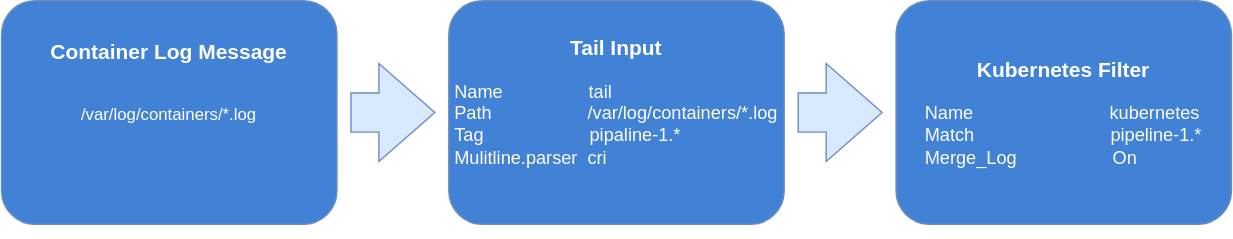
This is docs/user/assets/logs-flow.drawio.svg from kyma-project/telemetry-manager, a draw.io export, as it was before one commit. Source tidied: cells renumbered, new cells last; positions are measured from the earlier drawing's top-left corner, leaving out a move shared by most shapes.
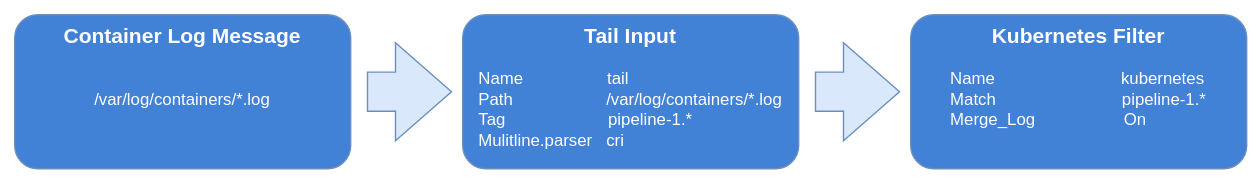
Later version of the same file.

Commit message:
docs: Fix typo in diagram

Change to the diagram source:
```diff
@@ -3,22 +3,22 @@
     <mxCell id="0" />
     <mxCell id="1" parent="0" />
     <mxCell id="2" style="rounded=0;whiteSpace=wrap;html=1;strokeColor=none;fillColor=#FFFFFF;" parent="1" vertex="1">
-      <mxGeometry width="880" height="170" as="geometry" />
+      <mxGeometry x="-10" y="-10" width="900" height="130" as="geometry" />
     </mxCell>
-    <mxCell id="3" value="&lt;font color=&quot;#ffffff&quot; style=&quot;&quot;&gt;&lt;span style=&quot;font-size: 15px;&quot;&gt;&lt;b&gt;Kubernetes Filter&lt;/b&gt;&lt;/span&gt;&lt;br&gt;&lt;br&gt;&lt;div style=&quot;font-size: 13px; text-align: left;&quot;&gt;&lt;span style=&quot;&quot;&gt;Name&amp;nbsp; &amp;nbsp; &amp;nbsp; &amp;nbsp; &amp;nbsp; &amp;nbsp; &amp;nbsp; &amp;nbsp; &amp;nbsp; &amp;nbsp; &amp;nbsp; &amp;nbsp; &amp;nbsp; &amp;nbsp;kubernetes&lt;/span&gt;&lt;/div&gt;&lt;div style=&quot;font-size: 13px; text-align: left;&quot;&gt;&lt;span style=&quot;&quot;&gt;Match&amp;nbsp; &amp;nbsp; &amp;nbsp; &amp;nbsp; &amp;nbsp; &amp;nbsp; &amp;nbsp; &amp;nbsp; &amp;nbsp; &amp;nbsp; &amp;nbsp; &amp;nbsp; &amp;nbsp; &amp;nbsp;pipeline-1.*&lt;/span&gt;&lt;/div&gt;&lt;div style=&quot;font-size: 13px; text-align: left;&quot;&gt;&lt;span style=&quot;&quot;&gt;Merge_Log&amp;nbsp; &amp;nbsp; &amp;nbsp; &amp;nbsp; &amp;nbsp; &amp;nbsp; &amp;nbsp; &amp;nbsp; &amp;nbsp; &amp;nbsp;On&lt;/span&gt;&lt;/div&gt;&lt;/font&gt;" style="rounded=1;whiteSpace=wrap;html=1;strokeColor=#6c8ebf;fillColor=#4181D6;" parent="1" vertex="1">
-      <mxGeometry x="640" width="240" height="160" as="geometry" />
+    <mxCell id="3" value="&lt;font color=&quot;#ffffff&quot; style=&quot;font-size: 12px;&quot;&gt;&lt;span style=&quot;font-size: 15px;&quot;&gt;&lt;b&gt;Kubernetes Filter&lt;/b&gt;&lt;/span&gt;&lt;br&gt;&lt;br&gt;&lt;div style=&quot;text-align: left;&quot;&gt;&lt;span style=&quot;&quot;&gt;Name&amp;nbsp; &amp;nbsp; &amp;nbsp; &amp;nbsp; &amp;nbsp; &amp;nbsp; &amp;nbsp; &amp;nbsp; &amp;nbsp; &amp;nbsp; &amp;nbsp; &amp;nbsp; &amp;nbsp; &amp;nbsp;kubernetes&lt;/span&gt;&lt;/div&gt;&lt;div style=&quot;text-align: left;&quot;&gt;&lt;span style=&quot;&quot;&gt;Match&amp;nbsp; &amp;nbsp; &amp;nbsp; &amp;nbsp; &amp;nbsp; &amp;nbsp; &amp;nbsp; &amp;nbsp; &amp;nbsp; &amp;nbsp; &amp;nbsp; &amp;nbsp; &amp;nbsp; &amp;nbsp;pipeline-1.*&lt;/span&gt;&lt;/div&gt;&lt;div style=&quot;text-align: left;&quot;&gt;&lt;span style=&quot;&quot;&gt;Merge_Log&amp;nbsp; &amp;nbsp; &amp;nbsp; &amp;nbsp; &amp;nbsp; &amp;nbsp; &amp;nbsp; &amp;nbsp; &amp;nbsp; &amp;nbsp;On&lt;/span&gt;&lt;/div&gt;&lt;/font&gt;" style="rounded=1;whiteSpace=wrap;html=1;strokeColor=#6c8ebf;fillColor=#4181D6;verticalAlign=top;" parent="1" vertex="1">
+      <mxGeometry x="640" width="240" height="110" as="geometry" />
     </mxCell>
-    <mxCell id="4" value="&lt;font color=&quot;#ffffff&quot; style=&quot;&quot;&gt;&lt;span style=&quot;font-size: 15px;&quot;&gt;&lt;b&gt;Tail Input&lt;br&gt;&lt;/b&gt;&lt;/span&gt;&lt;br&gt;&lt;div style=&quot;text-align: left; font-size: 13px;&quot;&gt;&lt;span style=&quot;&quot;&gt;Name&amp;nbsp; &amp;nbsp; &amp;nbsp; &amp;nbsp; &amp;nbsp; &amp;nbsp; &amp;nbsp; &amp;nbsp; &amp;nbsp;tail&lt;/span&gt;&lt;/div&gt;&lt;div style=&quot;text-align: left; font-size: 13px;&quot;&gt;&lt;span style=&quot;&quot;&gt;Path&amp;nbsp; &amp;nbsp; &amp;nbsp; &amp;nbsp; &amp;nbsp; &amp;nbsp; &amp;nbsp; &amp;nbsp; &amp;nbsp; &amp;nbsp;&lt;/span&gt;&lt;span style=&quot;background-color: initial;&quot;&gt;/var/log/containers/*.log&lt;/span&gt;&lt;/div&gt;&lt;div style=&quot;text-align: left; font-size: 13px;&quot;&gt;&lt;span style=&quot;background-color: initial;&quot;&gt;Tag&amp;nbsp; &amp;nbsp; &amp;nbsp; &amp;nbsp; &amp;nbsp; &amp;nbsp; &amp;nbsp; &amp;nbsp; &amp;nbsp; &amp;nbsp; &amp;nbsp;pipaline-1.*&lt;/span&gt;&lt;/div&gt;&lt;div style=&quot;text-align: left; font-size: 13px;&quot;&gt;&lt;span style=&quot;background-color: initial;&quot;&gt;Mulitline.parser&amp;nbsp; cri&lt;/span&gt;&lt;/div&gt;&lt;div style=&quot;text-align: left; font-size: 13px;&quot;&gt;&lt;span style=&quot;background-color: initial;&quot;&gt;&lt;br&gt;&lt;/span&gt;&lt;/div&gt;&lt;/font&gt;" style="rounded=1;whiteSpace=wrap;html=1;strokeColor=#6c8ebf;fillColor=#4181D6;" parent="1" vertex="1">
-      <mxGeometry x="320" width="240" height="160" as="geometry" />
+    <mxCell id="4" value="&lt;font color=&quot;#ffffff&quot; style=&quot;font-size: 12px;&quot;&gt;&lt;span style=&quot;font-size: 15px;&quot;&gt;&lt;b&gt;Tail Input&lt;br&gt;&lt;/b&gt;&lt;/span&gt;&lt;br&gt;&lt;div style=&quot;text-align: left;&quot;&gt;&lt;span style=&quot;&quot;&gt;Name&amp;nbsp; &amp;nbsp; &amp;nbsp; &amp;nbsp; &amp;nbsp; &amp;nbsp; &amp;nbsp; &amp;nbsp; &amp;nbsp; tail&lt;/span&gt;&lt;/div&gt;&lt;div style=&quot;text-align: left;&quot;&gt;&lt;span style=&quot;&quot;&gt;Path&amp;nbsp; &amp;nbsp; &amp;nbsp; &amp;nbsp; &amp;nbsp; &amp;nbsp; &amp;nbsp; &amp;nbsp; &amp;nbsp; &amp;nbsp;&amp;nbsp;&lt;/span&gt;&lt;span style=&quot;background-color: initial;&quot;&gt;/var/log/containers/*.log&lt;/span&gt;&lt;/div&gt;&lt;div style=&quot;text-align: left;&quot;&gt;&lt;span style=&quot;background-color: initial;&quot;&gt;Tag&amp;nbsp; &amp;nbsp; &amp;nbsp; &amp;nbsp; &amp;nbsp; &amp;nbsp; &amp;nbsp; &amp;nbsp; &amp;nbsp; &amp;nbsp; &amp;nbsp; pipeline-1.*&lt;/span&gt;&lt;/div&gt;&lt;div style=&quot;text-align: left;&quot;&gt;&lt;span style=&quot;background-color: initial;&quot;&gt;Mulitline.parser&amp;nbsp; &amp;nbsp;cri&lt;/span&gt;&lt;/div&gt;&lt;div style=&quot;text-align: left;&quot;&gt;&lt;span style=&quot;background-color: initial;&quot;&gt;&lt;br&gt;&lt;/span&gt;&lt;/div&gt;&lt;/font&gt;" style="rounded=1;whiteSpace=wrap;html=1;strokeColor=#6c8ebf;fillColor=#4181D6;verticalAlign=top;" parent="1" vertex="1">
+      <mxGeometry x="320" width="240" height="110" as="geometry" />
     </mxCell>
-    <mxCell id="5" style="html=1;shadow=0;dashed=0;align=center;verticalAlign=middle;shape=mxgraph.arrows2.arrow;dy=0.6;dx=40;notch=0;fillColor=#dae8fc;strokeColor=#6c8ebf;" parent="1" vertex="1">
-      <mxGeometry x="570" y="45" width="60" height="70" as="geometry" />
-    </mxCell>
-    <mxCell id="6" style="html=1;shadow=0;dashed=0;align=center;verticalAlign=middle;shape=mxgraph.arrows2.arrow;dy=0.6;dx=40;notch=0;fillColor=#dae8fc;strokeColor=#6c8ebf;" parent="1" vertex="1">
-      <mxGeometry x="250" y="45" width="60" height="70" as="geometry" />
+    <mxCell id="6" style="html=1;shadow=0;dashed=0;align=center;verticalAlign=middle;shape=mxgraph.arrows2.arrow;dy=0.6;dx=40;notch=0;fillColor=#dae8fc;strokeColor=#6c8ebf;fontStyle=1;" parent="1" vertex="1">
+      <mxGeometry x="252" y="20" width="60" height="70" as="geometry" />
     </mxCell>
-    <mxCell id="7" value="&lt;font color=&quot;#ffffff&quot; style=&quot;&quot;&gt;&lt;span style=&quot;font-size: 15px;&quot;&gt;&lt;b&gt;Container Log Message&lt;br&gt;&lt;/b&gt;&lt;/span&gt;&lt;br&gt;&lt;br&gt;/var/log/containers/*.log&lt;br&gt;&lt;br&gt;&lt;br&gt;&lt;br&gt;&lt;/font&gt;" style="rounded=1;whiteSpace=wrap;html=1;strokeColor=#6c8ebf;fillColor=#4181D6;" parent="1" vertex="1">
-      <mxGeometry width="240" height="160" as="geometry" />
+    <mxCell id="7" value="&lt;font color=&quot;#ffffff&quot; style=&quot;&quot;&gt;&lt;span style=&quot;font-size: 15px;&quot;&gt;&lt;b&gt;Container Log Message&lt;br&gt;&lt;/b&gt;&lt;/span&gt;&lt;br&gt;&lt;br&gt;/var/log/containers/*.log&lt;br&gt;&lt;br&gt;&lt;br&gt;&lt;br&gt;&lt;/font&gt;" style="rounded=1;whiteSpace=wrap;html=1;strokeColor=#6c8ebf;fillColor=#4181D6;verticalAlign=top;" parent="1" vertex="1">
+      <mxGeometry width="240" height="110" as="geometry" />
     </mxCell>
+    <mxCell id="8" style="html=1;shadow=0;dashed=0;align=center;verticalAlign=middle;shape=mxgraph.arrows2.arrow;dy=0.6;dx=40;notch=0;fillColor=#dae8fc;strokeColor=#6c8ebf;" parent="1" vertex="1">
+      <mxGeometry x="572" y="20" width="60" height="70" as="geometry" />
+    </mxCell>
   </root>
 </mxGraphModel>
```
